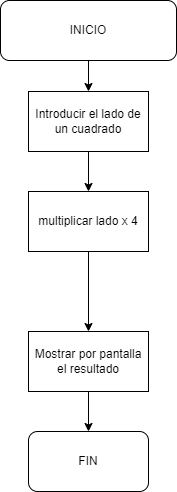
VGimenezM/theegg_ai keeps this draw.io diagram as tarea_83/tarea_83.png. Above is the earlier version. Source tidied: cells renumbered, new cells last; positions are measured from the earlier drawing's top-left corner, leaving out a move shared by most shapes. Its diagram source:
```xml
<mxGraphModel>
  <root>
    <mxCell id="0" />
    <mxCell id="1" parent="0" />
    <mxCell id="2" style="edgeStyle=orthogonalEdgeStyle;rounded=0;jettySize=auto;html=1;" parent="1" edge="1" source="3" target="7">
      <mxGeometry relative="1" as="geometry" />
    </mxCell>
    <mxCell id="3" value="Introducir el lado de un cuadrado" style="rounded=0;whiteSpace=wrap;html=1;" parent="1" vertex="1">
      <mxGeometry x="28" y="91" width="120" height="60" as="geometry" />
    </mxCell>
    <mxCell id="4" style="edgeStyle=orthogonalEdgeStyle;rounded=0;jettySize=auto;html=1;" parent="1" edge="1" source="5" target="3">
      <mxGeometry relative="1" as="geometry" />
    </mxCell>
    <mxCell id="5" value="INICIO" style="rounded=1;whiteSpace=wrap;html=1;perimeterSpacing=0;" parent="1" vertex="1">
      <mxGeometry width="176" height="60" as="geometry" />
    </mxCell>
    <mxCell id="6" style="edgeStyle=orthogonalEdgeStyle;rounded=0;jettySize=auto;html=1;" parent="1" edge="1" source="7" target="9">
      <mxGeometry relative="1" as="geometry" />
    </mxCell>
    <mxCell id="7" value="multiplicar lado x 4" style="rounded=0;whiteSpace=wrap;html=1;" parent="1" vertex="1">
      <mxGeometry x="28" y="191" width="120" height="60" as="geometry" />
    </mxCell>
    <mxCell id="8" style="edgeStyle=orthogonalEdgeStyle;rounded=0;jettySize=auto;html=1;entryX=0.5;entryY=0;entryDx=0;entryDy=0;" parent="1" edge="1" source="9" target="10">
      <mxGeometry relative="1" as="geometry" />
    </mxCell>
    <mxCell id="9" value="Mostrar por pantalla el resultado" style="rounded=0;whiteSpace=wrap;html=1;" parent="1" vertex="1">
      <mxGeometry x="28" y="331" width="120" height="60" as="geometry" />
    </mxCell>
    <mxCell id="10" value="FIN" style="rounded=1;whiteSpace=wrap;html=1;" parent="1" vertex="1">
      <mxGeometry x="28" y="431" width="120" height="60" as="geometry" />
    </mxCell>
  </root>
</mxGraphModel>
```
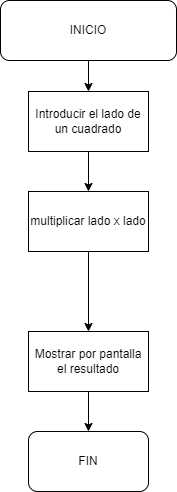
The same file after the commit.

The edit, as a diff of the source:
```diff
@@ -17,7 +17,7 @@
     <mxCell id="6" style="edgeStyle=orthogonalEdgeStyle;rounded=0;jettySize=auto;html=1;" parent="1" edge="1" source="7" target="9">
       <mxGeometry relative="1" as="geometry" />
     </mxCell>
-    <mxCell id="7" value="multiplicar lado x 4" style="rounded=0;whiteSpace=wrap;html=1;" parent="1" vertex="1">
+    <mxCell id="7" value="multiplicar lado x lado" style="rounded=0;whiteSpace=wrap;html=1;" parent="1" vertex="1">
       <mxGeometry x="28" y="191" width="120" height="60" as="geometry" />
     </mxCell>
     <mxCell id="8" style="edgeStyle=orthogonalEdgeStyle;rounded=0;jettySize=auto;html=1;entryX=0.5;entryY=0;entryDx=0;entryDy=0;" parent="1" edge="1" source="9" target="10">
```
